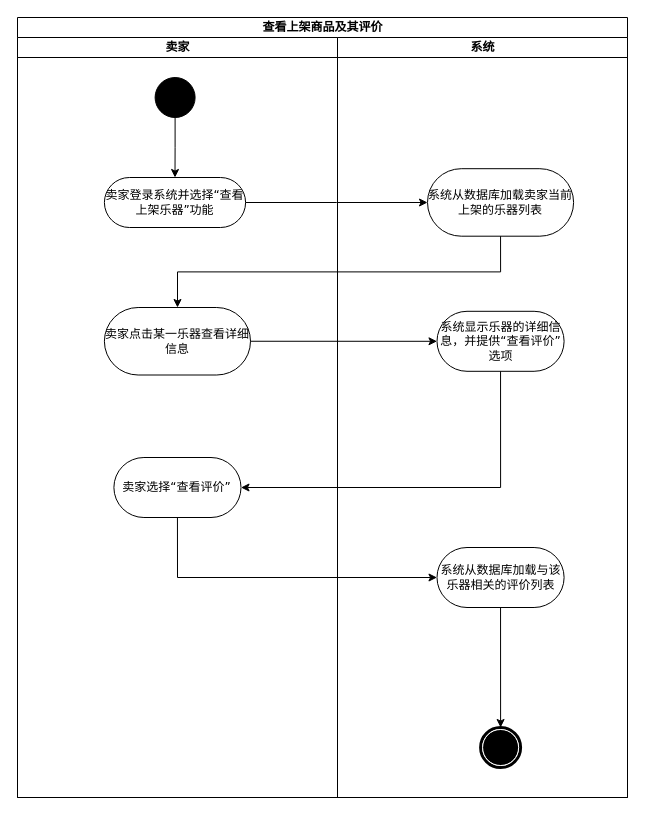
The draw.io diagram page "功能建模" (1 of 2) of 文档/需求分析规约文档/三种建模/20查看上架商品及其评价用例建模.drawio in w1ntercube/TJ-SE-Design, before the edit. Source tidied: cells renumbered, new cells numbered last; positions are measured from the earlier drawing's top-left corner, leaving out a move shared by most shapes. Both pictures are drawn from the tidied source at 100%, with x=0, y=0 at pixel (17, 17).
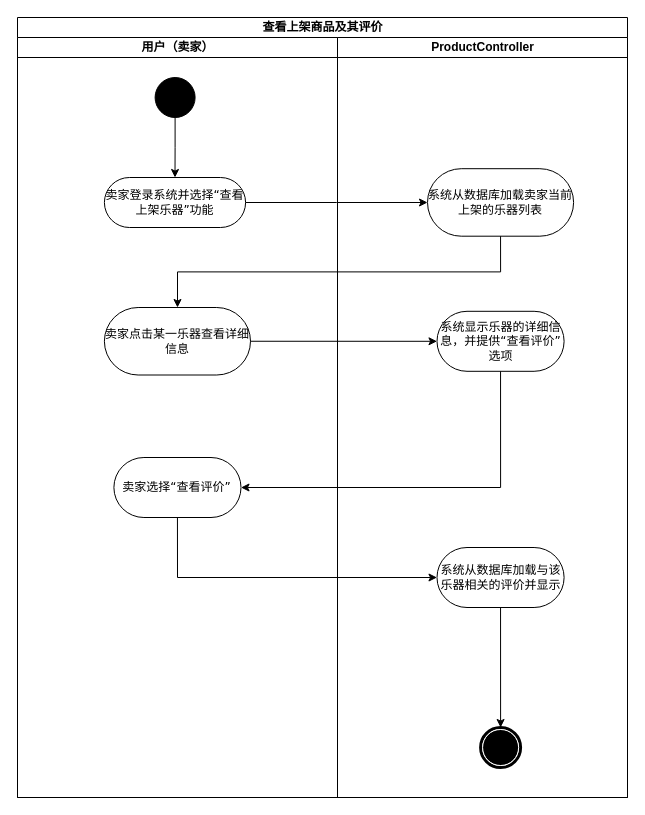
Above is the later version.

The change refers to these unchanged cells:
```xml
<mxCell id="2" value="查看上架商品及其评价" style="swimlane;html=1;startSize=20;rounded=0;shadow=0;comic=0;labelBackgroundColor=none;strokeWidth=1;fontFamily=Verdana;fontSize=12;align=center;" parent="1" vertex="1">
  <mxGeometry width="610" height="780" as="geometry" />
</mxCell>
```

What changed in the source:
```diff
@@
-    <mxCell id="3" value="卖家" style="swimlane;html=1;startSize=20;" parent="2" vertex="1">
+    <mxCell id="3" value="用户（卖家）" style="swimlane;html=1;startSize=20;" parent="2" vertex="1">
       <mxGeometry y="20" width="320" height="760" as="geometry" />
     </mxCell>
@@
-    <mxCell id="9" value="系统" style="swimlane;html=1;startSize=20;" parent="1" vertex="1">
+    <mxCell id="9" value="ProductController" style="swimlane;html=1;startSize=20;" parent="1" vertex="1">
       <mxGeometry x="320" y="20" width="290" height="760" as="geometry" />
     </mxCell>
@@
-    <mxCell id="11" value="系统从数据库加载与该乐器相关的评价列表" style="whiteSpace=wrap;html=1;fontFamily=Verdana;rounded=1;shadow=0;comic=0;labelBackgroundColor=none;strokeWidth=1;arcSize=50;" parent="9" vertex="1">
+    <mxCell id="11" value="系统从数据库加载与该乐器相关的评价并显示" style="whiteSpace=wrap;html=1;fontFamily=Verdana;rounded=1;shadow=0;comic=0;labelBackgroundColor=none;strokeWidth=1;arcSize=50;" parent="9" vertex="1">
       <mxGeometry x="99.5" y="510" width="127.1" height="60" as="geometry" />
     </mxCell>
```
